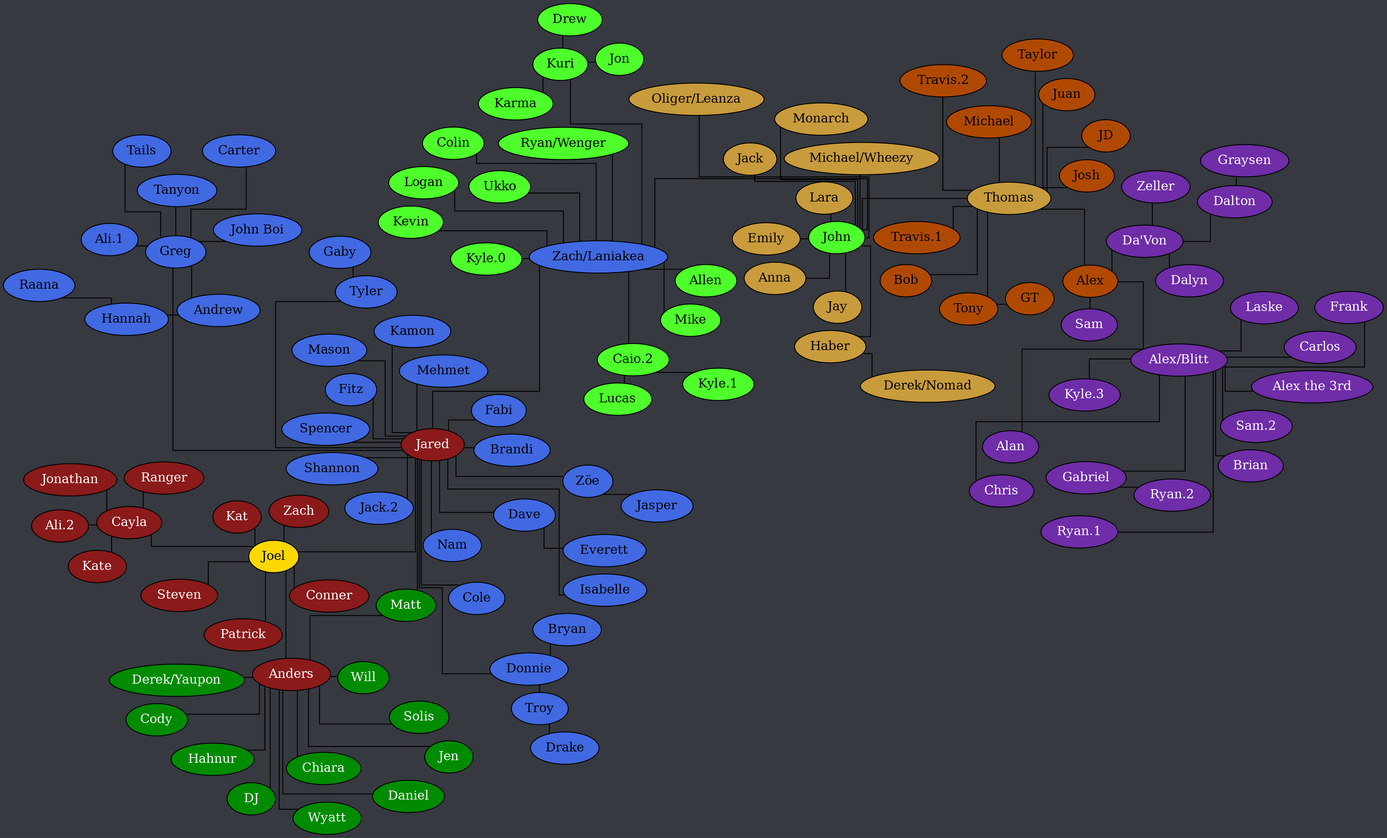
Above: tree.png in Documidas/CoronaCatzFamilyTree (Graphviz), before the change. Its source is kept beside it as tree.dot.
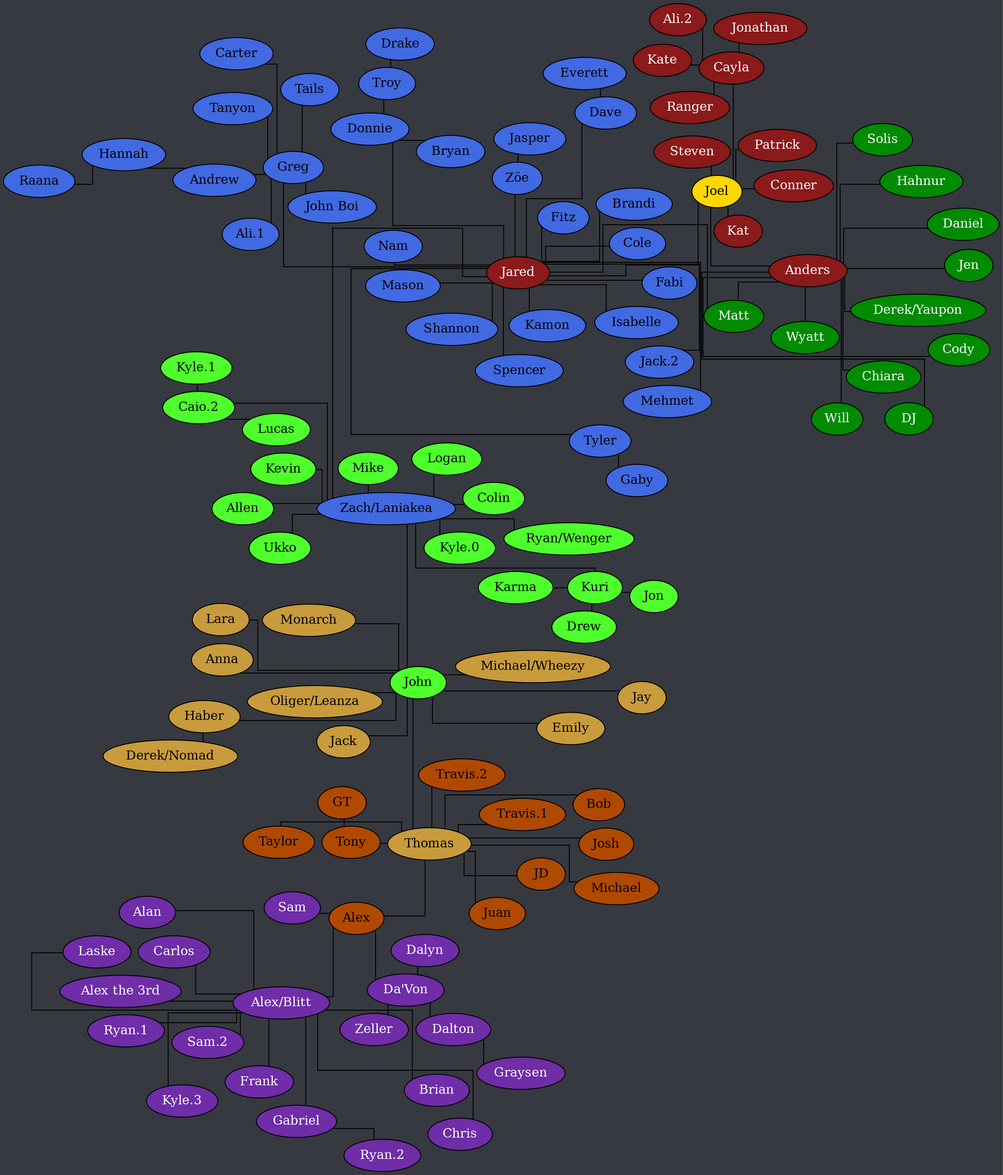
The same diagram one commit later.

Commit message:
Remove Zach added by Joel

The edit, as a diff of the source:
```diff
@@ -26,7 +26,6 @@
 		Joel -- Kat;
 		Joel -- Patrick;
 		Joel -- Steven;
-		Joel -- Zach;
 	}
 
 	subgraph "Anders" {
```
